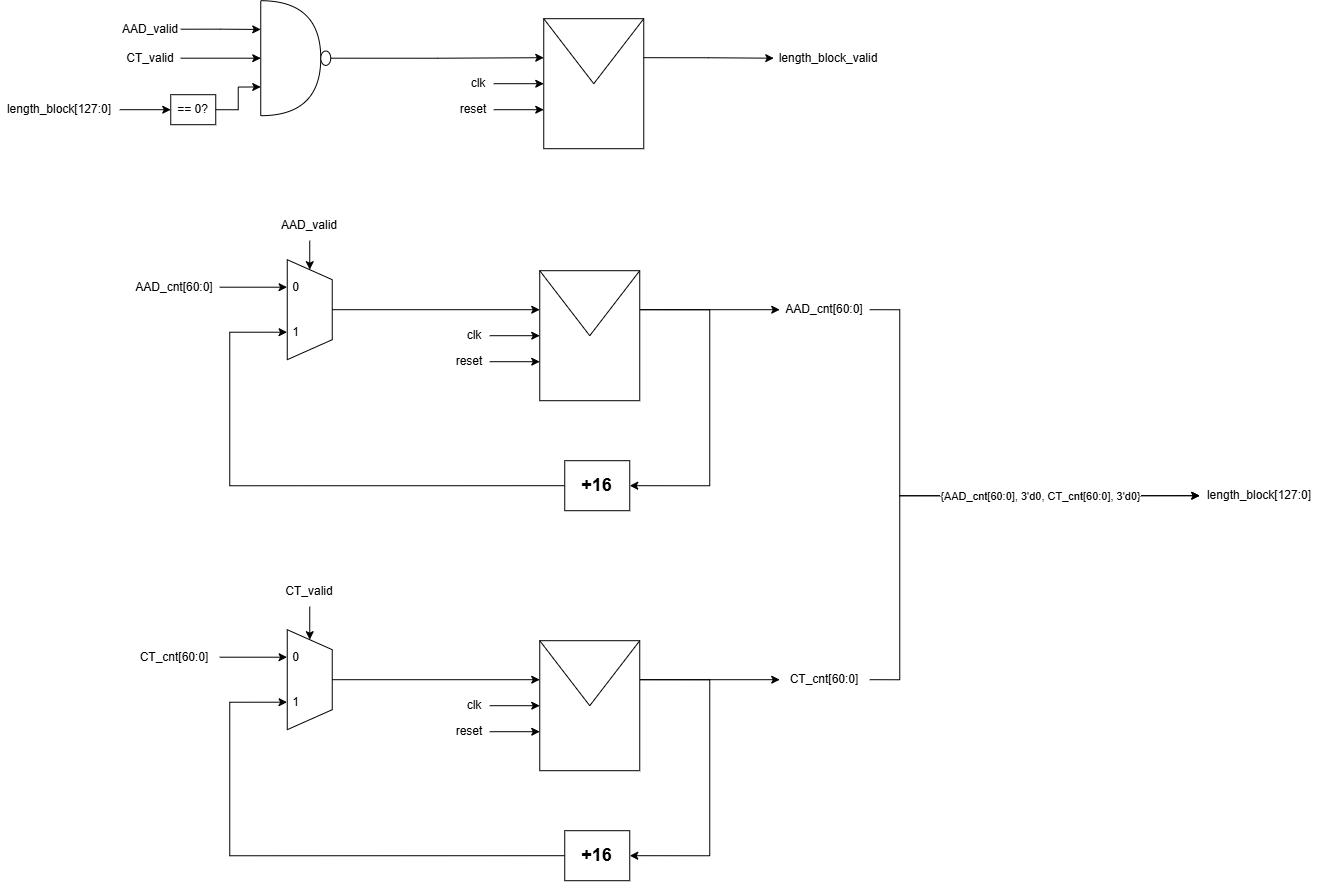
Before: Quang Long/_media/LengthBlockCTR low level.png, a diagram exported from draw.io (LQLManZz/AES128-Verilog). Source tidied: cells renumbered, new cells last; positions are measured from the earlier drawing's top-left corner, leaving out a move shared by most shapes.
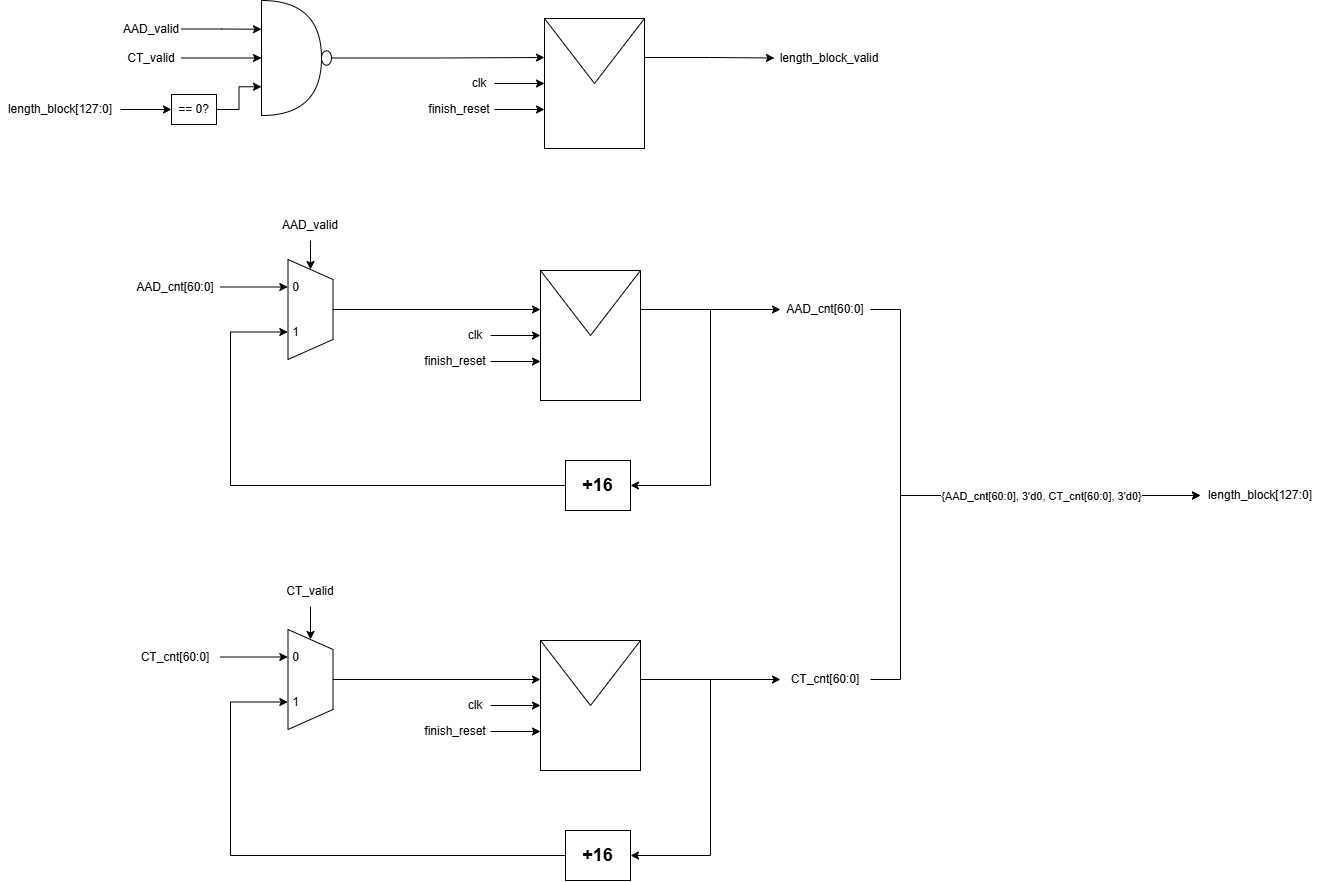
Above is the later version.

The edit, as a diff of the source:
```diff
@@ -145,14 +145,14 @@
     <mxCell id="38" style="edgeStyle=orthogonalEdgeStyle;rounded=0;jettySize=auto;html=1;exitX=1;exitY=0.5;exitDx=0;exitDy=0;entryX=0;entryY=0.7;entryDx=0;entryDy=0;" parent="1" edge="1" source="39" target="4">
       <mxGeometry relative="1" as="geometry" />
     </mxCell>
-    <mxCell id="39" value="reset" style="text;html=1;whiteSpace=wrap;strokeColor=none;fillColor=none;align=center;verticalAlign=middle;rounded=0;" parent="1" vertex="1">
-      <mxGeometry x="450" y="346" width="40" height="30" as="geometry" />
+    <mxCell id="39" value="finish_reset" style="text;html=1;whiteSpace=wrap;strokeColor=none;fillColor=none;align=center;verticalAlign=middle;rounded=0;" parent="1" vertex="1">
+      <mxGeometry x="420" y="346" width="70" height="30" as="geometry" />
     </mxCell>
     <mxCell id="40" style="edgeStyle=orthogonalEdgeStyle;rounded=0;jettySize=auto;html=1;exitX=1;exitY=0.5;exitDx=0;exitDy=0;entryX=0;entryY=0.7;entryDx=0;entryDy=0;" parent="1" edge="1" source="41" target="22">
       <mxGeometry relative="1" as="geometry" />
     </mxCell>
-    <mxCell id="41" value="reset" style="text;html=1;whiteSpace=wrap;strokeColor=none;fillColor=none;align=center;verticalAlign=middle;rounded=0;" parent="1" vertex="1">
-      <mxGeometry x="450" y="716" width="40" height="30" as="geometry" />
+    <mxCell id="41" value="finish_reset" style="text;html=1;whiteSpace=wrap;strokeColor=none;fillColor=none;align=center;verticalAlign=middle;rounded=0;" parent="1" vertex="1">
+      <mxGeometry x="420" y="716" width="70" height="30" as="geometry" />
     </mxCell>
     <mxCell id="42" style="edgeStyle=orthogonalEdgeStyle;rounded=0;jettySize=auto;html=1;exitX=0.5;exitY=1;exitDx=0;exitDy=0;entryX=0;entryY=0.5;entryDx=0;entryDy=0;fontFamily=Helvetica;fontSize=12;fontColor=default;" parent="1" edge="1" source="43" target="26">
       <mxGeometry relative="1" as="geometry" />
@@ -175,8 +175,8 @@
     <mxCell id="48" style="edgeStyle=orthogonalEdgeStyle;rounded=0;jettySize=auto;html=1;exitX=1;exitY=0.5;exitDx=0;exitDy=0;entryX=0;entryY=0.7;entryDx=0;entryDy=0;" parent="1" edge="1" source="49" target="45">
       <mxGeometry relative="1" as="geometry" />
     </mxCell>
-    <mxCell id="49" value="reset" style="text;html=1;whiteSpace=wrap;strokeColor=none;fillColor=none;align=center;verticalAlign=middle;rounded=0;" parent="1" vertex="1">
-      <mxGeometry x="454" y="94" width="40" height="30" as="geometry" />
+    <mxCell id="49" value="finish_reset" style="text;html=1;whiteSpace=wrap;strokeColor=none;fillColor=none;align=center;verticalAlign=middle;rounded=0;" parent="1" vertex="1">
+      <mxGeometry x="424" y="94" width="70" height="30" as="geometry" />
     </mxCell>
     <mxCell id="50" value="length_block_valid" style="text;html=1;whiteSpace=wrap;strokeColor=none;fillColor=none;align=center;verticalAlign=middle;rounded=0;" parent="1" vertex="1">
       <mxGeometry x="774" y="42.5" width="110" height="30" as="geometry" />
```
